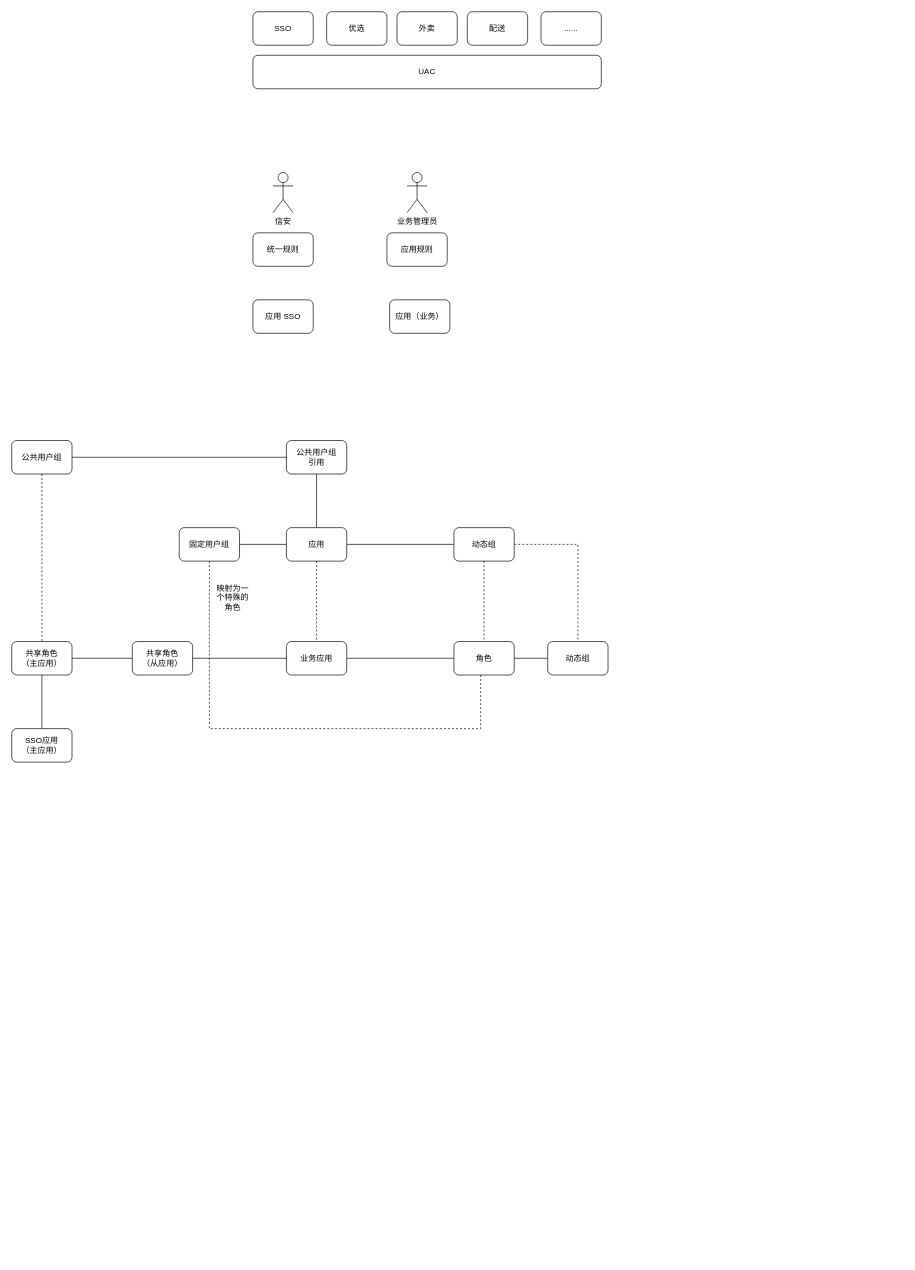
The draw.io diagram 一二级权限融合.drawio in yamilinqh/spicedb, before the edit. Source tidied: cells renumbered, new cells numbered last; positions are measured from the earlier drawing's top-left corner, leaving out a move shared by most shapes. Both pictures are drawn from the tidied source at 67%, with x=0, y=0 at pixel (11, 11).
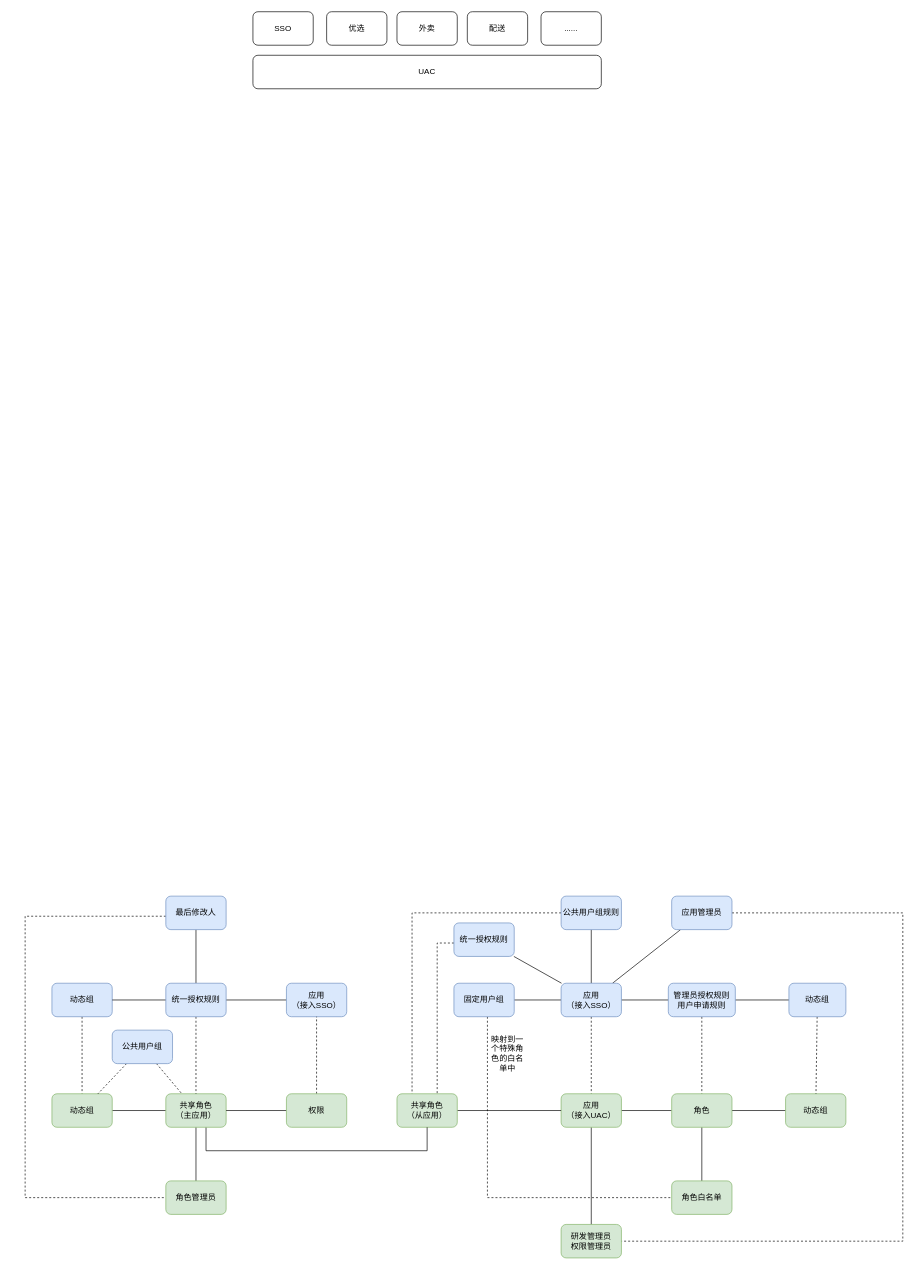
After the change.

Commit message (it also covers changes not shown here):
Update 一二级权限融合.drawio

Change to the diagram source:
```diff
@@
-    <mxCell id="8" value="信安" style="shape=umlActor;verticalLabelPosition=bottom;verticalAlign=top;html=1;" parent="1" vertex="1">
-      <mxGeometry x="390" y="240" width="30" height="60" as="geometry" />
-    </mxCell>
-    <mxCell id="9" value="统一规则" style="rounded=1;whiteSpace=wrap;html=1;" parent="1" vertex="1">
-      <mxGeometry x="360" y="330" width="90" height="50" as="geometry" />
-    </mxCell>
-    <mxCell id="10" value="应用规则" style="rounded=1;whiteSpace=wrap;html=1;" parent="1" vertex="1">
-      <mxGeometry x="560" y="330" width="90" height="50" as="geometry" />
-    </mxCell>
-    <mxCell id="11" value="业务管理员" style="shape=umlActor;verticalLabelPosition=bottom;verticalAlign=top;html=1;" parent="1" vertex="1">
-      <mxGeometry x="590" y="240" width="30" height="60" as="geometry" />
-    </mxCell>
-    <mxCell id="12" value="应用 SSO" style="rounded=1;whiteSpace=wrap;html=1;" parent="1" vertex="1">
-      <mxGeometry x="360" y="430" width="90" height="50" as="geometry" />
-    </mxCell>
-    <mxCell id="13" value="应用（业务）" style="rounded=1;whiteSpace=wrap;html=1;" parent="1" vertex="1">
-      <mxGeometry x="564" y="430" width="90" height="50" as="geometry" />
-    </mxCell>
@@
+    <mxCell id="40" style="shape=connector;rounded=0;jettySize=auto;html=1;labelBackgroundColor=default;strokeColor=default;align=center;verticalAlign=middle;fontFamily=Helvetica;fontSize=12;fontColor=default;endArrow=none;endFill=0;" parent="1" edge="1" source="18" target="48">
+      <mxGeometry relative="1" as="geometry" />
+    </mxCell>
+    <mxCell id="41" style="shape=connector;rounded=0;jettySize=auto;html=1;labelBackgroundColor=default;strokeColor=default;align=center;verticalAlign=middle;fontFamily=Helvetica;fontSize=12;fontColor=default;endArrow=none;endFill=0;" parent="1" edge="1" source="18" target="50">
+      <mxGeometry relative="1" as="geometry" />
+    </mxCell>
-    <mxCell id="18" value="应用" style="rounded=1;whiteSpace=wrap;html=1;" parent="1" vertex="1">
-      <mxGeometry x="410" y="770" width="90" height="50" as="geometry" />
+    <mxCell id="18" value="应用&lt;br&gt;（接入SSO）" style="rounded=1;whiteSpace=wrap;html=1;fillColor=#dae8fc;strokeColor=#6c8ebf;" parent="1" vertex="1">
+      <mxGeometry x="820" y="1450" width="90" height="50" as="geometry" />
     </mxCell>
@@
-    <mxCell id="20" style="edgeStyle=orthogonalEdgeStyle;shape=connector;rounded=0;jettySize=auto;html=1;dashed=1;labelBackgroundColor=default;strokeColor=default;align=center;verticalAlign=middle;fontFamily=Helvetica;fontSize=12;fontColor=default;endArrow=none;endFill=0;" parent="1" edge="1" source="21" target="29">
-      <mxGeometry relative="1" as="geometry">
-        <Array as="points">
-          <mxPoint x="845" y="795" />
-        </Array>
-      </mxGeometry>
-    </mxCell>
+    <mxCell id="42" style="edgeStyle=none;shape=connector;rounded=0;jettySize=auto;html=1;labelBackgroundColor=default;strokeColor=default;align=center;verticalAlign=middle;fontFamily=Helvetica;fontSize=12;fontColor=default;endArrow=none;endFill=0;" parent="1" edge="1" source="21" target="71">
+      <mxGeometry relative="1" as="geometry" />
+    </mxCell>
-    <mxCell id="21" value="动态组" style="rounded=1;whiteSpace=wrap;html=1;" parent="1" vertex="1">
-      <mxGeometry x="660" y="770" width="90" height="50" as="geometry" />
+    <mxCell id="21" value="管理员授权规则&lt;br&gt;用户申请规则" style="rounded=1;whiteSpace=wrap;html=1;fillColor=#dae8fc;strokeColor=#6c8ebf;" parent="1" vertex="1">
+      <mxGeometry x="980" y="1450" width="100" height="50" as="geometry" />
     </mxCell>
-    <mxCell id="22" style="edgeStyle=orthogonalEdgeStyle;shape=connector;rounded=0;jettySize=auto;html=1;dashed=1;labelBackgroundColor=default;strokeColor=default;align=center;verticalAlign=middle;fontFamily=Helvetica;fontSize=12;fontColor=default;endArrow=none;endFill=0;" parent="1" edge="1" source="23" target="28">
-      <mxGeometry relative="1" as="geometry">
-        <Array as="points">
-          <mxPoint x="295" y="1070" />
-          <mxPoint x="700" y="1070" />
-        </Array>
-      </mxGeometry>
-    </mxCell>
+    <mxCell id="43" style="shape=connector;rounded=0;jettySize=auto;html=1;labelBackgroundColor=default;strokeColor=default;align=center;verticalAlign=middle;fontFamily=Helvetica;fontSize=12;fontColor=default;endArrow=none;endFill=0;edgeStyle=orthogonalEdgeStyle;dashed=1;" parent="1" edge="1" source="23" target="69">
+      <mxGeometry relative="1" as="geometry">
+        <Array as="points">
+          <mxPoint x="710" y="1770" />
+        </Array>
+      </mxGeometry>
+    </mxCell>
-    <mxCell id="23" value="固定用户组" style="rounded=1;whiteSpace=wrap;html=1;" parent="1" vertex="1">
-      <mxGeometry x="250" y="770" width="90" height="50" as="geometry" />
+    <mxCell id="23" value="固定用户组" style="rounded=1;whiteSpace=wrap;html=1;fillColor=#dae8fc;strokeColor=#6c8ebf;" parent="1" vertex="1">
+      <mxGeometry x="660" y="1450" width="90" height="50" as="geometry" />
     </mxCell>
+    <mxCell id="44" style="edgeStyle=orthogonalEdgeStyle;shape=connector;rounded=0;jettySize=auto;html=1;entryX=0.25;entryY=0;entryDx=0;entryDy=0;dashed=1;labelBackgroundColor=default;strokeColor=default;align=center;verticalAlign=middle;fontFamily=Helvetica;fontSize=12;fontColor=default;endArrow=none;endFill=0;" parent="1" edge="1" source="24" target="39">
+      <mxGeometry relative="1" as="geometry" />
+    </mxCell>
-    <mxCell id="24" value="公共用户组&lt;br&gt;引用" style="rounded=1;whiteSpace=wrap;html=1;" parent="1" vertex="1">
-      <mxGeometry x="410" y="640" width="90" height="50" as="geometry" />
+    <mxCell id="24" value="公共用户组规则" style="rounded=1;whiteSpace=wrap;html=1;fillColor=#dae8fc;strokeColor=#6c8ebf;" parent="1" vertex="1">
+      <mxGeometry x="820" y="1320" width="90" height="50" as="geometry" />
     </mxCell>
@@
+    <mxCell id="45" style="edgeStyle=none;shape=connector;rounded=0;jettySize=auto;html=1;labelBackgroundColor=default;strokeColor=default;align=center;verticalAlign=middle;fontFamily=Helvetica;fontSize=12;fontColor=default;endArrow=none;endFill=0;" parent="1" edge="1" source="26" target="68">
+      <mxGeometry relative="1" as="geometry" />
+    </mxCell>
-    <mxCell id="26" value="业务应用" style="rounded=1;whiteSpace=wrap;html=1;" parent="1" vertex="1">
-      <mxGeometry x="410" y="940" width="90" height="50" as="geometry" />
+    <mxCell id="26" value="应用&lt;br&gt;（接入UAC）" style="rounded=1;whiteSpace=wrap;html=1;fillColor=#d5e8d4;strokeColor=#82b366;" parent="1" vertex="1">
+      <mxGeometry x="820" y="1615" width="90" height="50" as="geometry" />
     </mxCell>
@@
+    <mxCell id="46" style="edgeStyle=none;shape=connector;rounded=0;jettySize=auto;html=1;labelBackgroundColor=default;strokeColor=default;align=center;verticalAlign=middle;fontFamily=Helvetica;fontSize=12;fontColor=default;endArrow=none;endFill=0;" parent="1" edge="1" source="28" target="69">
+      <mxGeometry relative="1" as="geometry" />
+    </mxCell>
-    <mxCell id="28" value="角色" style="rounded=1;whiteSpace=wrap;html=1;" parent="1" vertex="1">
-      <mxGeometry x="660" y="940" width="90" height="50" as="geometry" />
+    <mxCell id="28" value="角色" style="rounded=1;whiteSpace=wrap;html=1;fillColor=#d5e8d4;strokeColor=#82b366;" parent="1" vertex="1">
+      <mxGeometry x="985" y="1615" width="90" height="50" as="geometry" />
     </mxCell>
-    <mxCell id="29" value="动态组" style="rounded=1;whiteSpace=wrap;html=1;" parent="1" vertex="1">
-      <mxGeometry x="800" y="940" width="90" height="50" as="geometry" />
+    <mxCell id="29" value="动态组" style="rounded=1;whiteSpace=wrap;html=1;fillColor=#d5e8d4;strokeColor=#82b366;" parent="1" vertex="1">
+      <mxGeometry x="1155" y="1615" width="90" height="50" as="geometry" />
     </mxCell>
-    <mxCell id="30" value="映射为一个特殊的角色" style="text;html=1;strokeColor=none;fillColor=none;align=center;verticalAlign=middle;whiteSpace=wrap;rounded=0;fontSize=12;fontFamily=Helvetica;fontColor=default;" parent="1" vertex="1">
-      <mxGeometry x="300" y="860" width="60" height="30" as="geometry" />
+    <mxCell id="30" value="映射到一个特殊角色的白名单中" style="text;html=1;strokeColor=none;fillColor=none;align=center;verticalAlign=middle;whiteSpace=wrap;rounded=0;fontSize=12;fontFamily=Helvetica;fontColor=default;" parent="1" vertex="1">
+      <mxGeometry x="710" y="1540" width="60" height="30" as="geometry" />
     </mxCell>
+    <mxCell id="38" style="edgeStyle=orthogonalEdgeStyle;shape=connector;rounded=0;jettySize=auto;html=1;labelBackgroundColor=default;strokeColor=default;align=center;verticalAlign=middle;fontFamily=Helvetica;fontSize=12;fontColor=default;endArrow=none;endFill=0;" parent="1" edge="1" source="39" target="26">
+      <mxGeometry relative="1" as="geometry" />
+    </mxCell>
+    <mxCell id="39" value="共享角色&lt;br&gt;（从应用）" style="rounded=1;whiteSpace=wrap;html=1;fillColor=#d5e8d4;strokeColor=#82b366;" parent="1" vertex="1">
+      <mxGeometry x="575" y="1615" width="90" height="50" as="geometry" />
+    </mxCell>
+    <mxCell id="47" style="edgeStyle=orthogonalEdgeStyle;shape=connector;rounded=0;jettySize=auto;html=1;dashed=1;labelBackgroundColor=default;strokeColor=default;align=center;verticalAlign=middle;fontFamily=Helvetica;fontSize=12;fontColor=default;endArrow=none;endFill=0;" parent="1" edge="1" source="48" target="39">
+      <mxGeometry relative="1" as="geometry">
+        <Array as="points">
+          <mxPoint x="635" y="1390" />
+        </Array>
+      </mxGeometry>
+    </mxCell>
+    <mxCell id="48" value="统一授权规则" style="rounded=1;whiteSpace=wrap;html=1;fillColor=#dae8fc;strokeColor=#6c8ebf;" parent="1" vertex="1">
+      <mxGeometry x="660" y="1360" width="90" height="50" as="geometry" />
+    </mxCell>
+    <mxCell id="49" style="edgeStyle=orthogonalEdgeStyle;shape=connector;rounded=0;jettySize=auto;html=1;labelBackgroundColor=default;strokeColor=default;align=center;verticalAlign=middle;fontFamily=Helvetica;fontSize=12;fontColor=default;endArrow=none;endFill=0;dashed=1;" parent="1" edge="1" source="50" target="68">
+      <mxGeometry relative="1" as="geometry">
+        <Array as="points">
+          <mxPoint x="1330" y="1345" />
+          <mxPoint x="1330" y="1835" />
+        </Array>
+      </mxGeometry>
+    </mxCell>
+    <mxCell id="50" value="应用管理员" style="rounded=1;whiteSpace=wrap;html=1;fillColor=#dae8fc;strokeColor=#6c8ebf;" parent="1" vertex="1">
+      <mxGeometry x="985" y="1320" width="90" height="50" as="geometry" />
+    </mxCell>
+    <mxCell id="51" style="shape=connector;rounded=0;jettySize=auto;html=1;labelBackgroundColor=default;strokeColor=default;align=center;verticalAlign=middle;fontFamily=Helvetica;fontSize=12;fontColor=default;endArrow=none;endFill=0;" parent="1" edge="1" source="52" target="61">
+      <mxGeometry relative="1" as="geometry" />
+    </mxCell>
+    <mxCell id="52" value="应用&lt;br&gt;（接入SSO）" style="rounded=1;whiteSpace=wrap;html=1;fillColor=#dae8fc;strokeColor=#6c8ebf;" parent="1" vertex="1">
+      <mxGeometry x="410" y="1450" width="90" height="50" as="geometry" />
+    </mxCell>
+    <mxCell id="53" style="edgeStyle=orthogonalEdgeStyle;shape=connector;rounded=0;jettySize=auto;html=1;dashed=1;labelBackgroundColor=default;strokeColor=default;align=center;verticalAlign=middle;fontFamily=Helvetica;fontSize=12;fontColor=default;endArrow=none;endFill=0;" parent="1" edge="1" source="54" target="64">
+      <mxGeometry relative="1" as="geometry" />
+    </mxCell>
+    <mxCell id="54" value="动态组" style="rounded=1;whiteSpace=wrap;html=1;fillColor=#dae8fc;strokeColor=#6c8ebf;" parent="1" vertex="1">
+      <mxGeometry x="60" y="1450" width="90" height="50" as="geometry" />
+    </mxCell>
+    <mxCell id="55" style="edgeStyle=orthogonalEdgeStyle;shape=connector;rounded=0;jettySize=auto;html=1;labelBackgroundColor=default;strokeColor=default;align=center;verticalAlign=middle;fontFamily=Helvetica;fontSize=12;fontColor=default;endArrow=none;endFill=0;" parent="1" edge="1" source="32" target="64">
+      <mxGeometry relative="1" as="geometry" />
+    </mxCell>
+    <mxCell id="56" style="edgeStyle=none;shape=connector;rounded=0;jettySize=auto;html=1;labelBackgroundColor=default;strokeColor=default;align=center;verticalAlign=middle;fontFamily=Helvetica;fontSize=12;fontColor=default;endArrow=none;endFill=0;" parent="1" edge="1" source="32" target="65">
+      <mxGeometry relative="1" as="geometry" />
+    </mxCell>
     <mxCell id="31" style="edgeStyle=orthogonalEdgeStyle;shape=connector;rounded=0;jettySize=auto;html=1;labelBackgroundColor=default;strokeColor=default;align=center;verticalAlign=middle;fontFamily=Helvetica;fontSize=12;fontColor=default;endArrow=none;endFill=0;" parent="1" edge="1" source="32" target="39">
-      <mxGeometry relative="1" as="geometry" />
+      <mxGeometry relative="1" as="geometry">
+        <Array as="points">
+          <mxPoint x="290" y="1700" />
+          <mxPoint x="620" y="1700" />
+        </Array>
+      </mxGeometry>
     </mxCell>
-    <mxCell id="32" value="共享角色&lt;br&gt;（主应用）" style="rounded=1;whiteSpace=wrap;html=1;" parent="1" vertex="1">
-      <mxGeometry y="940" width="90" height="50" as="geometry" />
+    <mxCell id="32" value="共享角色&lt;br&gt;（主应用）" style="rounded=1;whiteSpace=wrap;html=1;fillColor=#d5e8d4;strokeColor=#82b366;" parent="1" vertex="1">
+      <mxGeometry x="230" y="1615" width="90" height="50" as="geometry" />
     </mxCell>
-    <mxCell id="33" style="edgeStyle=orthogonalEdgeStyle;shape=connector;rounded=0;jettySize=auto;html=1;labelBackgroundColor=default;strokeColor=default;align=center;verticalAlign=middle;fontFamily=Helvetica;fontSize=12;fontColor=default;endArrow=none;endFill=0;" parent="1" edge="1" source="34" target="32">
-      <mxGeometry relative="1" as="geometry" />
-    </mxCell>
-    <mxCell id="34" value="SSO应用&lt;br&gt;（主应用）" style="rounded=1;whiteSpace=wrap;html=1;" parent="1" vertex="1">
-      <mxGeometry y="1070" width="90" height="50" as="geometry" />
-    </mxCell>
-    <mxCell id="35" style="edgeStyle=orthogonalEdgeStyle;shape=connector;rounded=0;jettySize=auto;html=1;labelBackgroundColor=default;strokeColor=default;align=center;verticalAlign=middle;fontFamily=Helvetica;fontSize=12;fontColor=default;endArrow=none;endFill=0;" parent="1" edge="1" source="37" target="24">
-      <mxGeometry relative="1" as="geometry" />
-    </mxCell>
+    <mxCell id="57" style="edgeStyle=orthogonalEdgeStyle;shape=connector;rounded=0;jettySize=auto;html=1;labelBackgroundColor=default;strokeColor=default;align=center;verticalAlign=middle;fontFamily=Helvetica;fontSize=12;fontColor=default;endArrow=none;endFill=0;" parent="1" edge="1" source="63" target="32">
+      <mxGeometry relative="1" as="geometry" />
+    </mxCell>
+    <mxCell id="58" style="edgeStyle=orthogonalEdgeStyle;shape=connector;rounded=0;jettySize=auto;html=1;dashed=1;labelBackgroundColor=default;strokeColor=default;align=center;verticalAlign=middle;fontFamily=Helvetica;fontSize=12;fontColor=default;endArrow=none;endFill=0;" parent="1" edge="1" source="61" target="32">
+      <mxGeometry relative="1" as="geometry" />
+    </mxCell>
+    <mxCell id="59" style="edgeStyle=orthogonalEdgeStyle;shape=connector;rounded=0;jettySize=auto;html=1;labelBackgroundColor=default;strokeColor=default;align=center;verticalAlign=middle;fontFamily=Helvetica;fontSize=12;fontColor=default;endArrow=none;endFill=0;" parent="1" edge="1" source="61" target="54">
+      <mxGeometry relative="1" as="geometry" />
+    </mxCell>
+    <mxCell id="60" style="edgeStyle=none;shape=connector;rounded=0;jettySize=auto;html=1;labelBackgroundColor=default;strokeColor=default;align=center;verticalAlign=middle;fontFamily=Helvetica;fontSize=12;fontColor=default;endArrow=none;endFill=0;" parent="1" edge="1" source="61" target="67">
+      <mxGeometry relative="1" as="geometry" />
+    </mxCell>
+    <mxCell id="61" value="统一授权规则" style="rounded=1;whiteSpace=wrap;html=1;fillColor=#dae8fc;strokeColor=#6c8ebf;" parent="1" vertex="1">
+      <mxGeometry x="230" y="1450" width="90" height="50" as="geometry" />
+    </mxCell>
+    <mxCell id="62" style="edgeStyle=orthogonalEdgeStyle;shape=connector;rounded=0;jettySize=auto;html=1;labelBackgroundColor=default;strokeColor=default;align=center;verticalAlign=middle;fontFamily=Helvetica;fontSize=12;fontColor=default;endArrow=none;endFill=0;dashed=1;" parent="1" edge="1" source="63" target="52">
+      <mxGeometry relative="1" as="geometry">
+        <Array as="points">
+          <mxPoint x="460" y="1480" />
+          <mxPoint x="460" y="1480" />
+        </Array>
+      </mxGeometry>
+    </mxCell>
+    <mxCell id="63" value="权限" style="rounded=1;whiteSpace=wrap;html=1;fillColor=#d5e8d4;strokeColor=#82b366;" parent="1" vertex="1">
+      <mxGeometry x="410" y="1615" width="90" height="50" as="geometry" />
+    </mxCell>
+    <mxCell id="64" value="动态组" style="rounded=1;whiteSpace=wrap;html=1;fillColor=#d5e8d4;strokeColor=#82b366;" parent="1" vertex="1">
+      <mxGeometry x="60" y="1615" width="90" height="50" as="geometry" />
+    </mxCell>
+    <mxCell id="65" value="角色管理员" style="rounded=1;whiteSpace=wrap;html=1;fillColor=#d5e8d4;strokeColor=#82b366;" parent="1" vertex="1">
+      <mxGeometry x="230" y="1745" width="90" height="50" as="geometry" />
+    </mxCell>
+    <mxCell id="66" style="edgeStyle=orthogonalEdgeStyle;shape=connector;rounded=0;jettySize=auto;html=1;labelBackgroundColor=default;strokeColor=default;align=center;verticalAlign=middle;fontFamily=Helvetica;fontSize=12;fontColor=default;endArrow=none;endFill=0;dashed=1;" parent="1" edge="1" source="67" target="65">
+      <mxGeometry relative="1" as="geometry">
+        <Array as="points">
+          <mxPoint x="20" y="1350" />
+          <mxPoint x="20" y="1770" />
+        </Array>
+      </mxGeometry>
+    </mxCell>
+    <mxCell id="67" value="最后修改人" style="rounded=1;whiteSpace=wrap;html=1;fillColor=#dae8fc;strokeColor=#6c8ebf;" parent="1" vertex="1">
+      <mxGeometry x="230" y="1320" width="90" height="50" as="geometry" />
+    </mxCell>
+    <mxCell id="68" value="研发管理员&lt;br&gt;权限管理员" style="rounded=1;whiteSpace=wrap;html=1;fillColor=#d5e8d4;strokeColor=#82b366;" parent="1" vertex="1">
+      <mxGeometry x="820" y="1810" width="90" height="50" as="geometry" />
+    </mxCell>
+    <mxCell id="69" value="角色白名单" style="rounded=1;whiteSpace=wrap;html=1;fillColor=#d5e8d4;strokeColor=#82b366;" parent="1" vertex="1">
+      <mxGeometry x="985" y="1745" width="90" height="50" as="geometry" />
+    </mxCell>
+    <mxCell id="70" style="edgeStyle=none;shape=connector;rounded=0;jettySize=auto;html=1;labelBackgroundColor=default;strokeColor=default;align=center;verticalAlign=middle;fontFamily=Helvetica;fontSize=12;fontColor=default;endArrow=none;endFill=0;dashed=1;" parent="1" edge="1" source="71" target="29">
+      <mxGeometry relative="1" as="geometry" />
+    </mxCell>
+    <mxCell id="71" value="动态组" style="rounded=1;whiteSpace=wrap;html=1;fillColor=#dae8fc;strokeColor=#6c8ebf;" parent="1" vertex="1">
+      <mxGeometry x="1160" y="1450" width="85" height="50" as="geometry" />
+    </mxCell>
-    <mxCell id="36" style="edgeStyle=orthogonalEdgeStyle;shape=connector;rounded=0;jettySize=auto;html=1;dashed=1;labelBackgroundColor=default;strokeColor=default;align=center;verticalAlign=middle;fontFamily=Helvetica;fontSize=12;fontColor=default;endArrow=none;endFill=0;" parent="1" edge="1" source="37" target="32">
+    <mxCell id="36" style="edgeStyle=none;shape=connector;rounded=0;jettySize=auto;html=1;labelBackgroundColor=default;strokeColor=default;align=center;verticalAlign=middle;fontFamily=Helvetica;fontSize=12;fontColor=default;endArrow=none;endFill=0;dashed=1;" parent="1" edge="1" source="37" target="32">
       <mxGeometry relative="1" as="geometry" />
     </mxCell>
+    <mxCell id="72" style="edgeStyle=none;shape=connector;rounded=0;jettySize=auto;html=1;labelBackgroundColor=default;strokeColor=default;align=center;verticalAlign=middle;fontFamily=Helvetica;fontSize=12;fontColor=default;endArrow=none;endFill=0;dashed=1;" parent="1" edge="1" source="37" target="64">
+      <mxGeometry relative="1" as="geometry" />
+    </mxCell>
-    <mxCell id="37" value="公共用户组" style="rounded=1;whiteSpace=wrap;html=1;" parent="1" vertex="1">
-      <mxGeometry y="640" width="90" height="50" as="geometry" />
+    <mxCell id="37" value="公共用户组" style="rounded=1;whiteSpace=wrap;html=1;fillColor=#dae8fc;strokeColor=#6c8ebf;" parent="1" vertex="1">
+      <mxGeometry x="150" y="1520" width="90" height="50" as="geometry" />
     </mxCell>
-    <mxCell id="38" style="edgeStyle=orthogonalEdgeStyle;shape=connector;rounded=0;jettySize=auto;html=1;labelBackgroundColor=default;strokeColor=default;align=center;verticalAlign=middle;fontFamily=Helvetica;fontSize=12;fontColor=default;endArrow=none;endFill=0;" parent="1" edge="1" source="39" target="26">
-      <mxGeometry relative="1" as="geometry" />
-    </mxCell>
-    <mxCell id="39" value="共享角色&lt;br&gt;（从应用）" style="rounded=1;whiteSpace=wrap;html=1;" parent="1" vertex="1">
-      <mxGeometry x="180" y="940" width="90" height="50" as="geometry" />
-    </mxCell>
```
